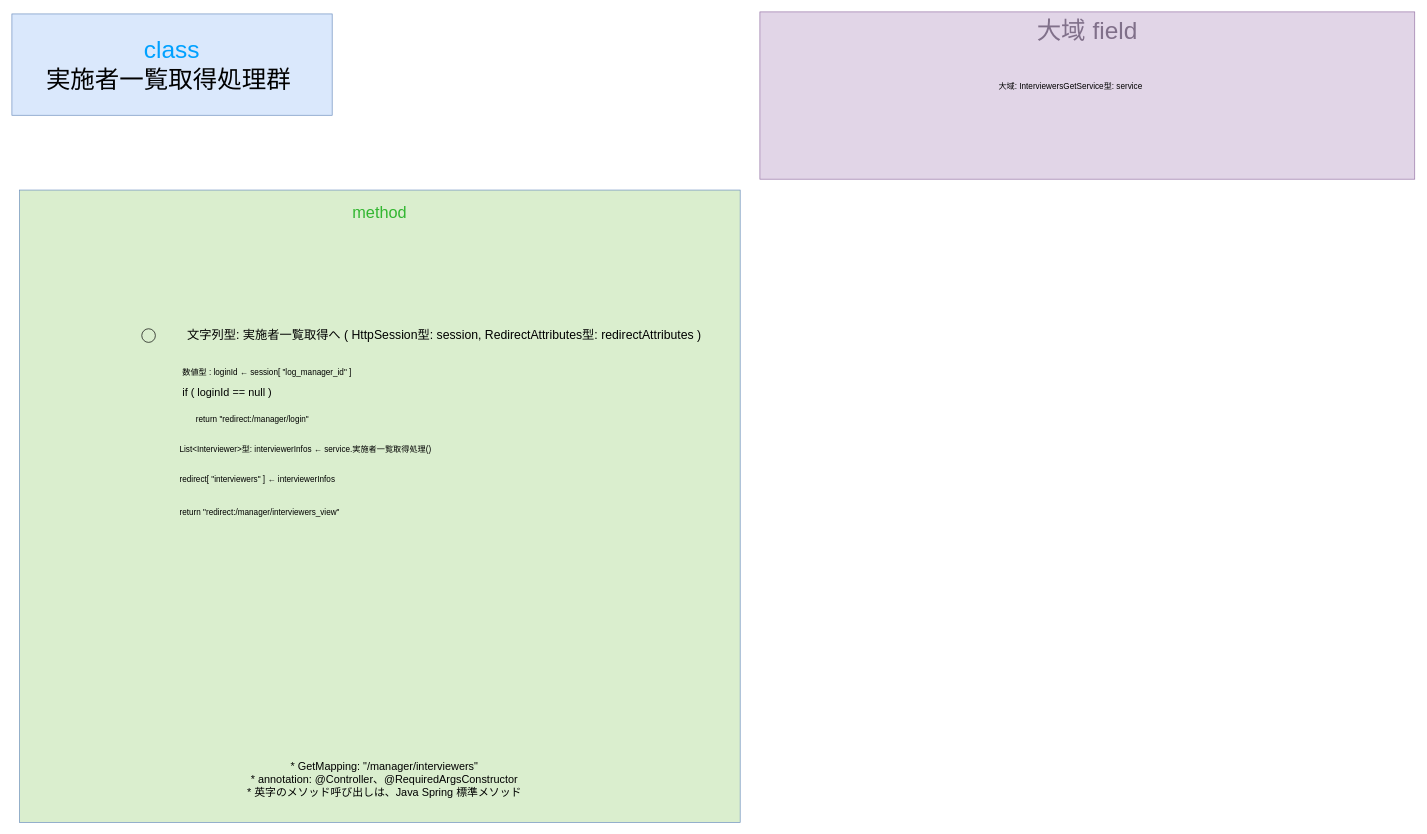
Before: gijigengo/controller/manager/meeting_reservation_sys controller_manager InterviewersGetControllerクラス 疑似言語.drawio in tro319/meeting_reservation_system, a draw.io diagram. Source tidied: cells renumbered, new cells numbered last; positions are measured from the earlier drawing's top-left corner, leaving out a move shared by most shapes. Both pictures are drawn from the tidied source at 68%, with x=0, y=0 at pixel (12, 12).
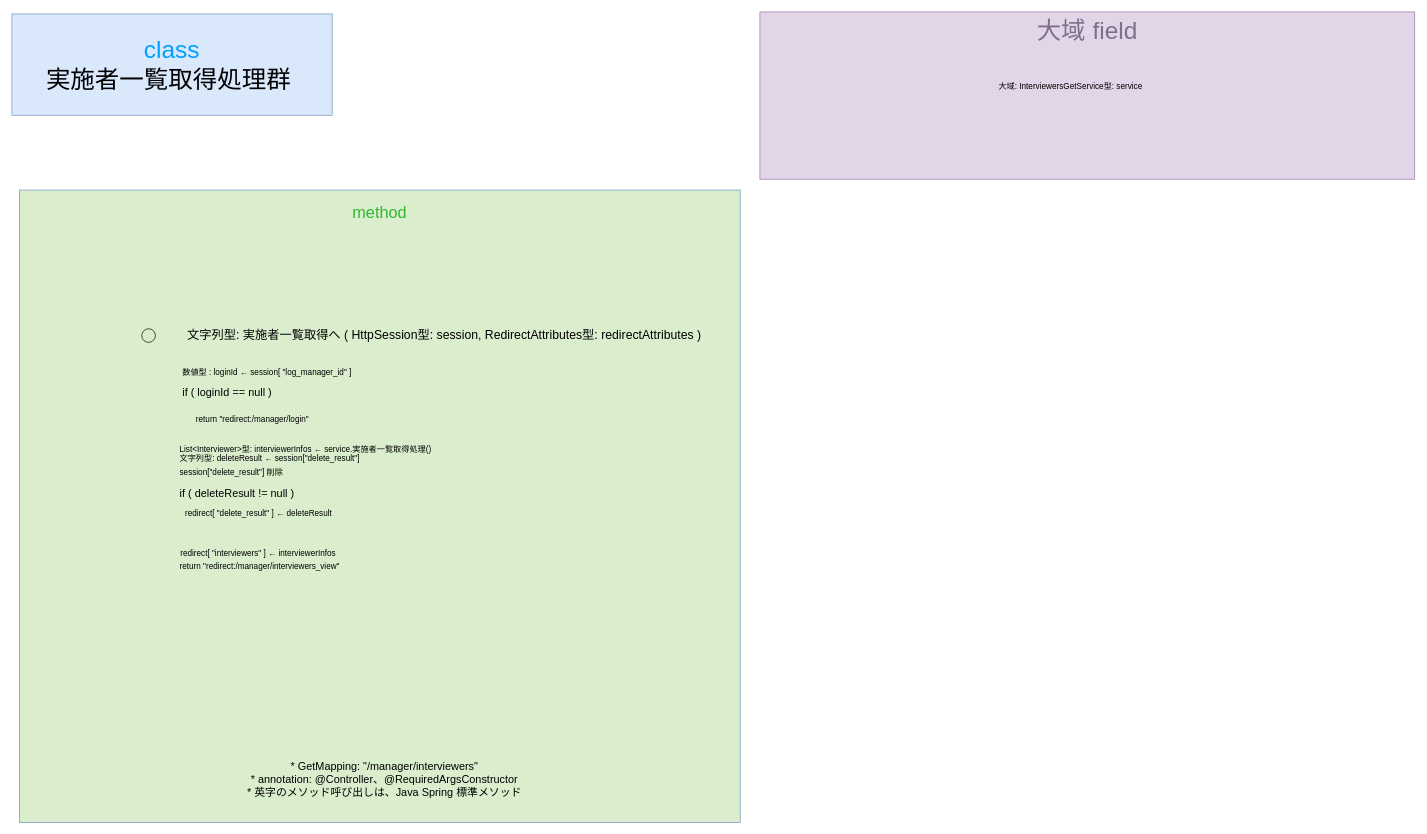
The same page after the edit.

What changed in the source:
```diff
@@
 <mxGraphModel>
   <root>
     <mxCell id="0" />
     <mxCell id="1" parent="0" />
     <mxCell id="2" value="&lt;div&gt;&lt;span style=&quot;color: rgb(0, 161, 255);&quot;&gt;class&lt;/span&gt;&lt;/div&gt;&lt;div&gt;実施者一覧取得処理群&amp;nbsp;&lt;/div&gt;" style="text;html=1;whiteSpace=wrap;strokeColor=#6c8ebf;fillColor=#dae8fc;align=center;verticalAlign=middle;rounded=0;fontSize=36;" parent="1" vertex="1">
       <mxGeometry y="3" width="471" height="149" as="geometry" />
     </mxCell>
     <mxCell id="3" value="&lt;div&gt;&lt;font style=&quot;font-size: 24px;&quot;&gt;&lt;span style=&quot;color: rgb(50, 182, 49);&quot;&gt;&lt;span style=&quot;&quot;&gt;&lt;span style=&quot;&quot;&gt;&lt;span&gt;method&lt;/span&gt;&lt;/span&gt;&lt;/span&gt;&lt;/span&gt;&lt;/font&gt;&lt;/div&gt;&lt;div&gt;&lt;font style=&quot;font-size: 24px;&quot;&gt;&lt;span style=&quot;color: rgba(0, 0, 0, 0);&quot;&gt;&lt;span style=&quot;color: rgba(0, 0, 0, 0);&quot;&gt;&lt;span style=&quot;&quot;&gt;&lt;span style=&quot;&quot;&gt;&lt;br&gt;&lt;/span&gt;&lt;/span&gt;&lt;/span&gt;&lt;/span&gt;&lt;/font&gt;&lt;/div&gt;" style="text;html=1;whiteSpace=wrap;strokeColor=#6c8ebf;fillColor=light-dark(#daeece, #214210);align=center;verticalAlign=top;rounded=0;fontSize=36;fontColor=#00A1FF;" parent="1" vertex="1">
       <mxGeometry x="11" y="262" width="1060" height="930" as="geometry" />
     </mxCell>
     <mxCell id="4" value="&lt;div&gt;&lt;span style=&quot;color: rgb(0, 0, 0);&quot;&gt;&lt;font&gt;数値型 : loginId ←&amp;nbsp;&lt;/font&gt;&lt;/span&gt;&lt;span style=&quot;color: rgb(0, 0, 0);&quot;&gt;&lt;font&gt;session[ &quot;log_manager_id&quot; ]&lt;/font&gt;&lt;/span&gt;&lt;/div&gt;" style="text;html=1;whiteSpace=wrap;strokeColor=none;fillColor=none;align=left;verticalAlign=middle;rounded=0;fontSize=12;" parent="1" vertex="1">
       <mxGeometry x="249" y="515" width="590" height="30" as="geometry" />
     </mxCell>
     <mxCell id="5" value="&lt;div&gt;&lt;span&gt;&lt;span&gt;&lt;span style=&quot;color: rgb(0, 0, 0);&quot;&gt;&lt;font style=&quot;font-size: 16px;&quot;&gt;* GetMapping: &quot;/manager/interviewers&quot;&lt;/font&gt;&lt;/span&gt;&lt;/span&gt;&lt;/span&gt;&lt;/div&gt;&lt;div&gt;&lt;span&gt;&lt;span&gt;&lt;span style=&quot;color: rgb(0, 0, 0);&quot;&gt;&lt;font style=&quot;font-size: 16px;&quot;&gt;* annotation: @Controller、@RequiredArgsConstructor&lt;/font&gt;&lt;/span&gt;&lt;/span&gt;&lt;/span&gt;&lt;/div&gt;&lt;div&gt;&lt;span&gt;&lt;span&gt;&lt;span style=&quot;color: rgb(0, 0, 0);&quot;&gt;&lt;font style=&quot;font-size: 16px;&quot;&gt;* 英字のメソッド呼び出しは、Java Spring 標準メソッド&lt;/font&gt;&lt;/span&gt;&lt;/span&gt;&lt;/span&gt;&lt;/div&gt;" style="text;html=1;whiteSpace=wrap;strokeColor=none;fillColor=none;align=center;verticalAlign=middle;rounded=0;" parent="1" vertex="1">
       <mxGeometry x="253" y="1114" width="590" height="30" as="geometry" />
     </mxCell>
     <mxCell id="6" value="&lt;div align=&quot;left&quot;&gt;&lt;span style=&quot;color: rgb(0, 0, 0);&quot;&gt;&lt;font style=&quot;font-size: 16px;&quot;&gt;if ( loginId == null )&amp;nbsp;&lt;/font&gt;&lt;/span&gt;&lt;/div&gt;" style="text;html=1;whiteSpace=wrap;strokeColor=none;fillColor=none;align=left;verticalAlign=middle;rounded=0;" parent="1" vertex="1">
       <mxGeometry x="249" y="545" width="590" height="30" as="geometry" />
     </mxCell>
     <mxCell id="7" value="return &quot;redirect:/manager/login&quot;" style="text;html=1;whiteSpace=wrap;strokeColor=none;fillColor=none;align=left;verticalAlign=middle;rounded=0;" parent="1" vertex="1">
       <mxGeometry x="269" y="585" width="590" height="30" as="geometry" />
     </mxCell>
-    <mxCell id="8" value="&lt;div align=&quot;left&quot;&gt;&lt;span style=&quot;color: rgb(0, 0, 0);&quot;&gt;&lt;font&gt;redirect[ &quot;interviewers&quot; ] ← interviewerInfos&lt;/font&gt;&lt;/span&gt;&lt;/div&gt;" style="text;html=1;whiteSpace=wrap;strokeColor=none;fillColor=none;align=left;verticalAlign=middle;rounded=0;fontSize=12;" parent="1" vertex="1">
-      <mxGeometry x="245" y="673" width="590" height="30" as="geometry" />
+    <mxCell id="8" value="&lt;div align=&quot;left&quot;&gt;&lt;span style=&quot;color: rgb(0, 0, 0);&quot;&gt;&lt;font&gt;redirect[ &quot;delete_result&quot; ] ← deleteResult&lt;/font&gt;&lt;/span&gt;&lt;/div&gt;" style="text;html=1;whiteSpace=wrap;strokeColor=none;fillColor=none;align=left;verticalAlign=middle;rounded=0;fontSize=12;" parent="1" vertex="1">
+      <mxGeometry x="253" y="723" width="590" height="30" as="geometry" />
     </mxCell>
     <mxCell id="9" value="&lt;font&gt;大域 field&lt;/font&gt;" style="rounded=0;whiteSpace=wrap;html=1;fillColor=#e1d5e7;strokeColor=#9673a6;verticalAlign=top;fontSize=36;fontColor=#80708A;" parent="1" vertex="1">
       <mxGeometry x="1100" width="963" height="246" as="geometry" />
     </mxCell>
     <mxCell id="10" value="&lt;font&gt;&lt;span&gt;&lt;span&gt;&lt;span style=&quot;color: rgb(0, 0, 0);&quot;&gt;&lt;font&gt;大域: InterviewersGetService型: service&lt;/font&gt;&lt;/span&gt;&lt;/span&gt;&lt;/span&gt;&lt;/font&gt;" style="whiteSpace=wrap;html=1;fillColor=none;labelBorderColor=none;strokeColor=none;fontSize=12;" parent="1" vertex="1">
       <mxGeometry x="1249.5" y="95" width="614" height="30" as="geometry" />
     </mxCell>
     <mxCell id="11" value="&amp;nbsp; &amp;nbsp; &amp;nbsp; &amp;nbsp; &amp;nbsp; &amp;nbsp; &amp;nbsp;" style="ellipse;whiteSpace=wrap;html=1;fillColor=none;" parent="1" vertex="1">
       <mxGeometry x="191" y="466" width="20" height="20" as="geometry" />
     </mxCell>
     <mxCell id="12" value="&lt;font style=&quot;font-size: 18px;&quot;&gt;&lt;span&gt;&lt;span&gt;&lt;span style=&quot;color: rgb(0, 0, 0);&quot;&gt;&lt;font&gt;文字列型: 実施者一覧取得へ ( HttpSession型: session, RedirectAttributes型: redirectAttributes )&lt;/font&gt;&lt;/span&gt;&lt;/span&gt;&lt;/span&gt;&lt;/font&gt;" style="whiteSpace=wrap;html=1;fillColor=none;labelBorderColor=none;strokeColor=none;" parent="1" vertex="1">
       <mxGeometry x="161" y="461" width="950.3" height="30" as="geometry" />
     </mxCell>
     <mxCell id="13" value="return &quot;redirect:/manager/interviewers_view&quot;" style="text;html=1;whiteSpace=wrap;strokeColor=none;fillColor=none;align=left;verticalAlign=middle;rounded=0;" parent="1" vertex="1">
-      <mxGeometry x="245" y="722" width="590" height="30" as="geometry" />
+      <mxGeometry x="245" y="801" width="590" height="30" as="geometry" />
     </mxCell>
     <mxCell id="14" value="List&amp;lt;Interviewer&amp;gt;型: interviewerInfos ← service.実施者一覧取得処理()" style="text;html=1;whiteSpace=wrap;strokeColor=none;fillColor=none;align=left;verticalAlign=middle;rounded=0;" parent="1" vertex="1">
       <mxGeometry x="245" y="628" width="590" height="30" as="geometry" />
     </mxCell>
+    <mxCell id="15" value="文字列型: deleteResult ← session[&quot;delete_result&quot;]" style="text;html=1;whiteSpace=wrap;strokeColor=none;fillColor=none;align=left;verticalAlign=middle;rounded=0;" parent="1" vertex="1">
+      <mxGeometry x="245" y="642" width="590" height="30" as="geometry" />
+    </mxCell>
+    <mxCell id="16" value="session[&quot;delete_result&quot;] 削除" style="text;html=1;whiteSpace=wrap;strokeColor=none;fillColor=none;align=left;verticalAlign=middle;rounded=0;" parent="1" vertex="1">
+      <mxGeometry x="245" y="663" width="590" height="30" as="geometry" />
+    </mxCell>
+    <mxCell id="17" value="&lt;div align=&quot;left&quot;&gt;&lt;span style=&quot;color: rgb(0, 0, 0);&quot;&gt;&lt;font style=&quot;font-size: 16px;&quot;&gt;if ( deleteResult != null )&amp;nbsp;&lt;/font&gt;&lt;/span&gt;&lt;/div&gt;" style="text;html=1;whiteSpace=wrap;strokeColor=none;fillColor=none;align=left;verticalAlign=middle;rounded=0;" parent="1" vertex="1">
+      <mxGeometry x="245" y="693" width="590" height="30" as="geometry" />
+    </mxCell>
+    <mxCell id="18" value="&lt;div align=&quot;left&quot;&gt;&lt;span style=&quot;color: rgb(0, 0, 0);&quot;&gt;&lt;font&gt;redirect[ &quot;interviewers&quot; ] ← interviewerInfos&lt;/font&gt;&lt;/span&gt;&lt;/div&gt;" style="text;html=1;whiteSpace=wrap;strokeColor=none;fillColor=none;align=left;verticalAlign=middle;rounded=0;fontSize=12;" parent="1" vertex="1">
+      <mxGeometry x="246" y="782" width="590" height="30" as="geometry" />
+    </mxCell>
   </root>
 </mxGraphModel>
```
